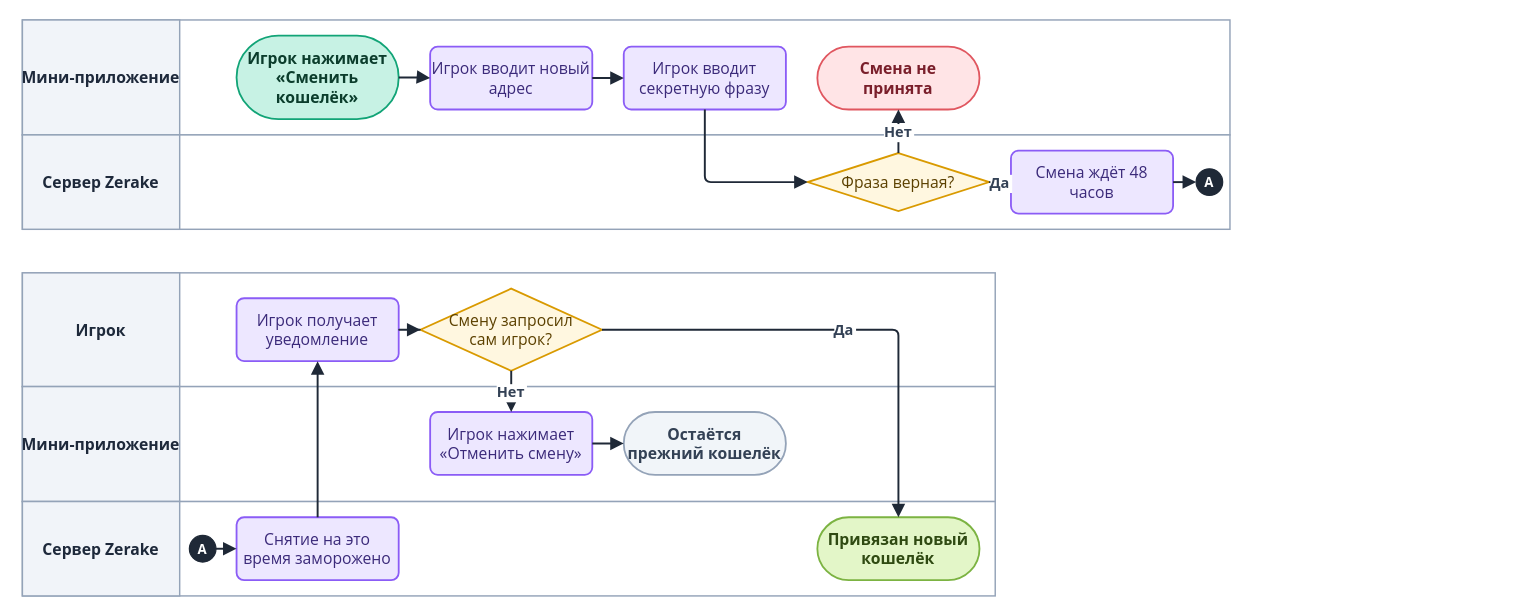
The draw.io diagram diagrams/drawio/recovery.drawio in LILSUFFER/zerake-docs, before the edit. Source tidied: cells renumbered, new cells numbered last; positions are measured from the earlier drawing's top-left corner, leaving out a move shared by most shapes. Both pictures are drawn from the tidied source at 121%, with x=0, y=0 at pixel (22, 19).
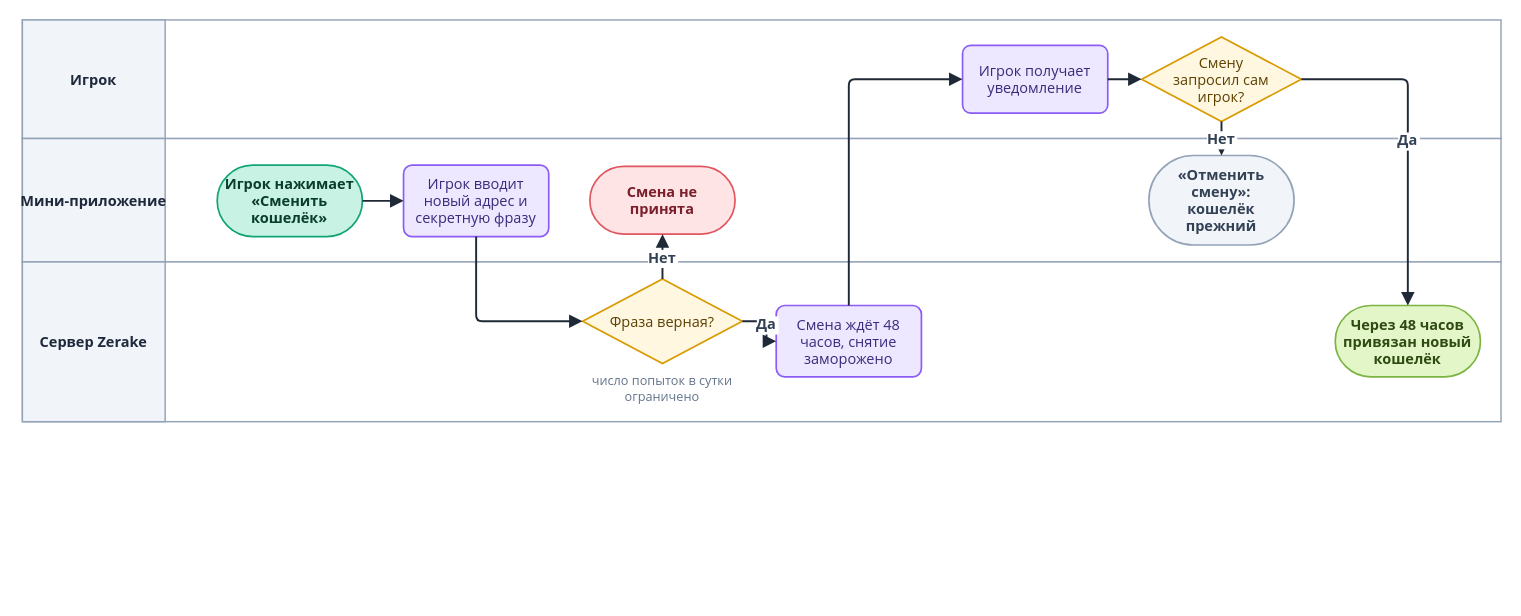
The same page after the edit.

What changed in the source:
```diff
@@
     <mxCell id="2" style="rounded=0;html=0;fillColor=#FFFFFF;strokeColor=#94A3B8;strokeWidth=1.2;" parent="1" vertex="1">
-      <mxGeometry width="998" height="95" as="geometry" />
+      <mxGeometry width="1222" height="98" as="geometry" />
     </mxCell>
-    <mxCell id="3" value="Мини-приложение" style="rounded=0;html=0;fillColor=#F1F4F9;strokeColor=#94A3B8;strokeWidth=1.2;fontColor=#1E293B;fontStyle=1;fontSize=13;fontFamily=Segoe UI;align=center;verticalAlign=middle;" parent="1" vertex="1">
-      <mxGeometry width="130" height="95" as="geometry" />
+    <mxCell id="3" value="Игрок" style="rounded=0;html=0;fillColor=#F1F4F9;strokeColor=#94A3B8;strokeWidth=1.2;fontColor=#1E293B;fontStyle=1;fontSize=12;fontFamily=Segoe UI;align=center;verticalAlign=middle;" parent="1" vertex="1">
+      <mxGeometry width="118" height="98" as="geometry" />
     </mxCell>
     <mxCell id="4" style="rounded=0;html=0;fillColor=#FFFFFF;strokeColor=#94A3B8;strokeWidth=1.2;" parent="1" vertex="1">
-      <mxGeometry y="95" width="998" height="78" as="geometry" />
+      <mxGeometry y="98" width="1222" height="102" as="geometry" />
     </mxCell>
-    <mxCell id="5" value="Сервер Zerake" style="rounded=0;html=0;fillColor=#F1F4F9;strokeColor=#94A3B8;strokeWidth=1.2;fontColor=#1E293B;fontStyle=1;fontSize=13;fontFamily=Segoe UI;align=center;verticalAlign=middle;" parent="1" vertex="1">
-      <mxGeometry y="95" width="130" height="78" as="geometry" />
+    <mxCell id="5" value="Мини-приложение" style="rounded=0;html=0;fillColor=#F1F4F9;strokeColor=#94A3B8;strokeWidth=1.2;fontColor=#1E293B;fontStyle=1;fontSize=12;fontFamily=Segoe UI;align=center;verticalAlign=middle;" parent="1" vertex="1">
+      <mxGeometry y="98" width="118" height="102" as="geometry" />
     </mxCell>
-    <mxCell id="6" style="rounded=0;html=0;fillColor=#FFFFFF;strokeColor=#94A3B8;strokeWidth=1.2;" parent="1" vertex="1">
-      <mxGeometry y="209" width="804" height="94" as="geometry" />
-    </mxCell>
-    <mxCell id="7" value="Игрок" style="rounded=0;html=0;fillColor=#F1F4F9;strokeColor=#94A3B8;strokeWidth=1.2;fontColor=#1E293B;fontStyle=1;fontSize=13;fontFamily=Segoe UI;align=center;verticalAlign=middle;" parent="1" vertex="1">
-      <mxGeometry y="209" width="130" height="94" as="geometry" />
-    </mxCell>
-    <mxCell id="8" style="rounded=0;html=0;fillColor=#FFFFFF;strokeColor=#94A3B8;strokeWidth=1.2;" parent="1" vertex="1">
-      <mxGeometry y="303" width="804" height="95" as="geometry" />
-    </mxCell>
-    <mxCell id="9" value="Мини-приложение" style="rounded=0;html=0;fillColor=#F1F4F9;strokeColor=#94A3B8;strokeWidth=1.2;fontColor=#1E293B;fontStyle=1;fontSize=13;fontFamily=Segoe UI;align=center;verticalAlign=middle;" parent="1" vertex="1">
-      <mxGeometry y="303" width="130" height="95" as="geometry" />
-    </mxCell>
-    <mxCell id="10" style="rounded=0;html=0;fillColor=#FFFFFF;strokeColor=#94A3B8;strokeWidth=1.2;" parent="1" vertex="1">
-      <mxGeometry y="398" width="804" height="78" as="geometry" />
-    </mxCell>
+    <mxCell id="38" style="rounded=0;html=0;fillColor=#FFFFFF;strokeColor=#94A3B8;strokeWidth=1.2;" parent="1" vertex="1">
+      <mxGeometry y="200" width="1222" height="132" as="geometry" />
+    </mxCell>
-    <mxCell id="11" value="Сервер Zerake" style="rounded=0;html=0;fillColor=#F1F4F9;strokeColor=#94A3B8;strokeWidth=1.2;fontColor=#1E293B;fontStyle=1;fontSize=13;fontFamily=Segoe UI;align=center;verticalAlign=middle;" parent="1" vertex="1">
-      <mxGeometry y="398" width="130" height="78" as="geometry" />
+    <mxCell id="11" value="Сервер Zerake" style="rounded=0;html=0;fillColor=#F1F4F9;strokeColor=#94A3B8;strokeWidth=1.2;fontColor=#1E293B;fontStyle=1;fontSize=12;fontFamily=Segoe UI;align=center;verticalAlign=middle;" parent="1" vertex="1">
+      <mxGeometry y="200" width="118" height="132" as="geometry" />
     </mxCell>
-    <mxCell id="12" value="Игрок нажимает&#10;«Сменить&#10;кошелёк»" style="rounded=1;arcSize=50;html=0;fontStyle=1;fillColor=#C7F2E4;strokeColor=#12A477;fontColor=#0B3D2C;fontFamily=Segoe UI;fontSize=13;strokeWidth=1.5;" parent="1" vertex="1">
-      <mxGeometry x="177" y="13" width="134" height="69" as="geometry" />
+    <mxCell id="12" value="Игрок нажимает&#10;«Сменить&#10;кошелёк»" style="rounded=1;arcSize=50;html=0;fontStyle=1;fillColor=#C7F2E4;strokeColor=#12A477;fontColor=#0B3D2C;fontFamily=Segoe UI;fontSize=12;strokeWidth=1.4;" parent="1" vertex="1">
+      <mxGeometry x="161" y="120" width="120" height="59" as="geometry" />
     </mxCell>
-    <mxCell id="13" value="Игрок вводит новый&#10;адрес" style="rounded=1;arcSize=12;html=0;fillColor=#EDE7FF;strokeColor=#8B5CF6;fontColor=#3B2A7A;fontFamily=Segoe UI;fontSize=13;strokeWidth=1.5;" parent="1" vertex="1">
-      <mxGeometry x="337" y="22" width="134" height="52" as="geometry" />
-    </mxCell>
-    <mxCell id="14" value="Игрок вводит&#10;секретную фразу" style="rounded=1;arcSize=12;html=0;fillColor=#EDE7FF;strokeColor=#8B5CF6;fontColor=#3B2A7A;fontFamily=Segoe UI;fontSize=13;strokeWidth=1.5;" parent="1" vertex="1">
-      <mxGeometry x="497" y="22" width="134" height="52" as="geometry" />
-    </mxCell>
+    <mxCell id="39" value="Игрок вводит&#10;новый адрес и&#10;секретную фразу" style="rounded=1;arcSize=12;html=0;fillColor=#EDE7FF;strokeColor=#8B5CF6;fontColor=#3B2A7A;fontFamily=Segoe UI;fontSize=12;strokeWidth=1.4;" parent="1" vertex="1">
+      <mxGeometry x="315" y="120" width="120" height="59" as="geometry" />
+    </mxCell>
+    <mxCell id="40" value="число попыток в сутки&#10;ограничено" style="text;html=0;align=center;verticalAlign=top;fontFamily=Segoe UI;fontSize=10.5;fontColor=#64748B;" parent="1" vertex="1">
+      <mxGeometry x="443" y="286" width="172" height="34" as="geometry" />
+    </mxCell>
-    <mxCell id="15" value="Фраза верная?" style="rhombus;html=0;fillColor=#FFF7E0;strokeColor=#D99A00;fontColor=#5C4100;fontFamily=Segoe UI;fontSize=13;strokeWidth=1.5;" parent="1" vertex="1">
-      <mxGeometry x="649" y="110" width="150" height="48" as="geometry" />
+    <mxCell id="15" value="Фраза верная?" style="rhombus;html=0;fillColor=#FFF7E0;strokeColor=#D99A00;fontColor=#5C4100;fontFamily=Segoe UI;fontSize=12;strokeWidth=1.4;" parent="1" vertex="1">
+      <mxGeometry x="463" y="214" width="132" height="70" as="geometry" />
     </mxCell>
-    <mxCell id="16" value="Смена не&#10;принята" style="rounded=1;arcSize=50;html=0;fontStyle=1;fillColor=#FFE4E6;strokeColor=#E0565F;fontColor=#7A1F2B;fontFamily=Segoe UI;fontSize=13;strokeWidth=1.5;" parent="1" vertex="1">
-      <mxGeometry x="657" y="22" width="134" height="52" as="geometry" />
+    <mxCell id="16" value="Смена не&#10;принята" style="rounded=1;arcSize=50;html=0;fontStyle=1;fillColor=#FFE4E6;strokeColor=#E0565F;fontColor=#7A1F2B;fontFamily=Segoe UI;fontSize=12;strokeWidth=1.4;" parent="1" vertex="1">
+      <mxGeometry x="469" y="121" width="120" height="56" as="geometry" />
     </mxCell>
-    <mxCell id="17" value="Смена ждёт 48&#10;часов" style="rounded=1;arcSize=12;html=0;fillColor=#EDE7FF;strokeColor=#8B5CF6;fontColor=#3B2A7A;fontFamily=Segoe UI;fontSize=13;strokeWidth=1.5;" parent="1" vertex="1">
-      <mxGeometry x="817" y="108" width="134" height="52" as="geometry" />
+    <mxCell id="17" value="Смена ждёт 48&#10;часов, снятие&#10;заморожено" style="rounded=1;arcSize=12;html=0;fillColor=#EDE7FF;strokeColor=#8B5CF6;fontColor=#3B2A7A;fontFamily=Segoe UI;fontSize=12;strokeWidth=1.4;" parent="1" vertex="1">
+      <mxGeometry x="623" y="236" width="120" height="59" as="geometry" />
     </mxCell>
-    <mxCell id="18" value="Снятие на это&#10;время заморожено" style="rounded=1;arcSize=12;html=0;fillColor=#EDE7FF;strokeColor=#8B5CF6;fontColor=#3B2A7A;fontFamily=Segoe UI;fontSize=13;strokeWidth=1.5;" parent="1" vertex="1">
-      <mxGeometry x="177" y="411" width="134" height="52" as="geometry" />
-    </mxCell>
-    <mxCell id="19" value="Игрок получает&#10;уведомление" style="rounded=1;arcSize=12;html=0;fillColor=#EDE7FF;strokeColor=#8B5CF6;fontColor=#3B2A7A;fontFamily=Segoe UI;fontSize=13;strokeWidth=1.5;" parent="1" vertex="1">
-      <mxGeometry x="177" y="230" width="134" height="52" as="geometry" />
+    <mxCell id="19" value="Игрок получает&#10;уведомление" style="rounded=1;arcSize=12;html=0;fillColor=#EDE7FF;strokeColor=#8B5CF6;fontColor=#3B2A7A;fontFamily=Segoe UI;fontSize=12;strokeWidth=1.4;" parent="1" vertex="1">
+      <mxGeometry x="777" y="21" width="120" height="56" as="geometry" />
     </mxCell>
-    <mxCell id="20" value="Смену запросил&#10;сам игрок?" style="rhombus;html=0;fillColor=#FFF7E0;strokeColor=#D99A00;fontColor=#5C4100;fontFamily=Segoe UI;fontSize=13;strokeWidth=1.5;" parent="1" vertex="1">
-      <mxGeometry x="329" y="222" width="150" height="68" as="geometry" />
+    <mxCell id="20" value="Смену&#10;запросил сам&#10;игрок?" style="rhombus;html=0;fillColor=#FFF7E0;strokeColor=#D99A00;fontColor=#5C4100;fontFamily=Segoe UI;fontSize=12;strokeWidth=1.4;" parent="1" vertex="1">
+      <mxGeometry x="925" y="14" width="132" height="70" as="geometry" />
     </mxCell>
-    <mxCell id="21" value="Игрок нажимает&#10;«Отменить смену»" style="rounded=1;arcSize=12;html=0;fillColor=#EDE7FF;strokeColor=#8B5CF6;fontColor=#3B2A7A;fontFamily=Segoe UI;fontSize=13;strokeWidth=1.5;" parent="1" vertex="1">
-      <mxGeometry x="337" y="324" width="134" height="52" as="geometry" />
+    <mxCell id="21" value="«Отменить&#10;смену»:&#10;кошелёк&#10;прежний" style="rounded=1;arcSize=50;html=0;fontStyle=1;fillColor=#F1F5F9;strokeColor=#94A3B8;fontColor=#334155;fontFamily=Segoe UI;fontSize=12;strokeWidth=1.4;" parent="1" vertex="1">
+      <mxGeometry x="931" y="112" width="120" height="74" as="geometry" />
     </mxCell>
-    <mxCell id="22" value="Остаётся&#10;прежний кошелёк" style="rounded=1;arcSize=50;html=0;fontStyle=1;fillColor=#F1F5F9;strokeColor=#94A3B8;fontColor=#334155;fontFamily=Segoe UI;fontSize=13;strokeWidth=1.5;" parent="1" vertex="1">
-      <mxGeometry x="497" y="324" width="134" height="52" as="geometry" />
-    </mxCell>
-    <mxCell id="23" value="Привязан новый&#10;кошелёк" style="rounded=1;arcSize=50;html=0;fontStyle=1;fillColor=#E3F6C8;strokeColor=#7CB342;fontColor=#2F4A12;fontFamily=Segoe UI;fontSize=13;strokeWidth=1.5;" parent="1" vertex="1">
-      <mxGeometry x="657" y="411" width="134" height="52" as="geometry" />
+    <mxCell id="23" value="Через 48 часов&#10;привязан новый&#10;кошелёк" style="rounded=1;arcSize=50;html=0;fontStyle=1;fillColor=#E3F6C8;strokeColor=#7CB342;fontColor=#2F4A12;fontFamily=Segoe UI;fontSize=12;strokeWidth=1.4;" parent="1" vertex="1">
+      <mxGeometry x="1085" y="236" width="120" height="59" as="geometry" />
     </mxCell>
-    <mxCell id="24" style="edgeStyle=orthogonalEdgeStyle;rounded=1;arcSize=10;jettySize=auto;html=0;strokeColor=#1F2937;strokeWidth=1.6;endArrow=block;endFill=1;endSize=7;fontFamily=Segoe UI;fontSize=12;fontStyle=1;fontColor=#334155;labelBackgroundColor=#FFFFFF;" parent="1" edge="1" source="12" target="13">
+    <mxCell id="24" style="edgeStyle=orthogonalEdgeStyle;rounded=1;arcSize=10;jettySize=auto;html=0;strokeColor=#1F2937;strokeWidth=1.6;endArrow=block;endFill=1;endSize=7;fontFamily=Segoe UI;fontSize=12;fontStyle=1;fontColor=#334155;labelBackgroundColor=#FFFFFF;" parent="1" edge="1" source="12" target="39">
       <mxGeometry relative="1" as="geometry" />
     </mxCell>
-    <mxCell id="25" style="edgeStyle=orthogonalEdgeStyle;rounded=1;arcSize=10;jettySize=auto;html=0;strokeColor=#1F2937;strokeWidth=1.6;endArrow=block;endFill=1;endSize=7;fontFamily=Segoe UI;fontSize=12;fontStyle=1;fontColor=#334155;labelBackgroundColor=#FFFFFF;" parent="1" edge="1" source="13" target="14">
+    <mxCell id="25" style="edgeStyle=orthogonalEdgeStyle;rounded=1;arcSize=10;jettySize=auto;html=0;strokeColor=#1F2937;strokeWidth=1.6;endArrow=block;endFill=1;endSize=7;fontFamily=Segoe UI;fontSize=12;fontStyle=1;fontColor=#334155;labelBackgroundColor=#FFFFFF;exitX=0.5;exitY=1;entryX=0;entryY=0.5;" parent="1" edge="1" source="39" target="15">
       <mxGeometry relative="1" as="geometry" />
     </mxCell>
-    <mxCell id="26" style="edgeStyle=orthogonalEdgeStyle;rounded=1;arcSize=10;jettySize=auto;html=0;strokeColor=#1F2937;strokeWidth=1.6;endArrow=block;endFill=1;endSize=7;fontFamily=Segoe UI;fontSize=12;fontStyle=1;fontColor=#334155;labelBackgroundColor=#FFFFFF;exitX=0.5;exitY=1;entryX=0;entryY=0.5;" parent="1" edge="1" source="14" target="15">
+    <mxCell id="26" value="Нет" style="edgeStyle=orthogonalEdgeStyle;rounded=1;arcSize=10;jettySize=auto;html=0;strokeColor=#1F2937;strokeWidth=1.6;endArrow=block;endFill=1;endSize=7;fontFamily=Segoe UI;fontSize=12;fontStyle=1;fontColor=#334155;labelBackgroundColor=#FFFFFF;" parent="1" edge="1" source="15" target="16">
       <mxGeometry relative="1" as="geometry" />
     </mxCell>
-    <mxCell id="27" value="Нет" style="edgeStyle=orthogonalEdgeStyle;rounded=1;arcSize=10;jettySize=auto;html=0;strokeColor=#1F2937;strokeWidth=1.6;endArrow=block;endFill=1;endSize=7;fontFamily=Segoe UI;fontSize=12;fontStyle=1;fontColor=#334155;labelBackgroundColor=#FFFFFF;" parent="1" edge="1" source="15" target="16">
+    <mxCell id="27" value="Да" style="edgeStyle=orthogonalEdgeStyle;rounded=1;arcSize=10;jettySize=auto;html=0;strokeColor=#1F2937;strokeWidth=1.6;endArrow=block;endFill=1;endSize=7;fontFamily=Segoe UI;fontSize=12;fontStyle=1;fontColor=#334155;labelBackgroundColor=#FFFFFF;" parent="1" edge="1" source="15" target="17">
       <mxGeometry relative="1" as="geometry" />
     </mxCell>
-    <mxCell id="28" value="Да" style="edgeStyle=orthogonalEdgeStyle;rounded=1;arcSize=10;jettySize=auto;html=0;strokeColor=#1F2937;strokeWidth=1.6;endArrow=block;endFill=1;endSize=7;fontFamily=Segoe UI;fontSize=12;fontStyle=1;fontColor=#334155;labelBackgroundColor=#FFFFFF;" parent="1" edge="1" source="15" target="17">
+    <mxCell id="28" style="edgeStyle=orthogonalEdgeStyle;rounded=1;arcSize=10;jettySize=auto;html=0;strokeColor=#1F2937;strokeWidth=1.6;endArrow=block;endFill=1;endSize=7;fontFamily=Segoe UI;fontSize=12;fontStyle=1;fontColor=#334155;labelBackgroundColor=#FFFFFF;exitX=0.5;exitY=0;entryX=0;entryY=0.5;" parent="1" edge="1" source="17" target="19">
       <mxGeometry relative="1" as="geometry" />
     </mxCell>
-    <mxCell id="29" value="A" style="ellipse;html=0;fillColor=#1F2937;strokeColor=#1F2937;fontColor=#FFFFFF;fontStyle=1;fontSize=11;fontFamily=Segoe UI;" parent="1" vertex="1">
-      <mxGeometry x="970" y="123" width="22" height="22" as="geometry" />
-    </mxCell>
-    <mxCell id="30" value="A" style="ellipse;html=0;fillColor=#1F2937;strokeColor=#1F2937;fontColor=#FFFFFF;fontStyle=1;fontSize=11;fontFamily=Segoe UI;" parent="1" vertex="1">
-      <mxGeometry x="138" y="426" width="22" height="22" as="geometry" />
-    </mxCell>
-    <mxCell id="31" style="edgeStyle=orthogonalEdgeStyle;rounded=1;arcSize=10;jettySize=auto;html=0;strokeColor=#1F2937;strokeWidth=1.6;endArrow=block;endFill=1;endSize=7;fontFamily=Segoe UI;fontSize=12;fontStyle=1;fontColor=#334155;labelBackgroundColor=#FFFFFF;exitX=1;exitY=0.5;entryX=0;entryY=0.5;" parent="1" edge="1" source="17" target="29">
+    <mxCell id="31" style="edgeStyle=orthogonalEdgeStyle;rounded=1;arcSize=10;jettySize=auto;html=0;strokeColor=#1F2937;strokeWidth=1.6;endArrow=block;endFill=1;endSize=7;fontFamily=Segoe UI;fontSize=12;fontStyle=1;fontColor=#334155;labelBackgroundColor=#FFFFFF;" parent="1" edge="1" source="19" target="20">
       <mxGeometry relative="1" as="geometry" />
     </mxCell>
-    <mxCell id="32" style="edgeStyle=orthogonalEdgeStyle;rounded=1;arcSize=10;jettySize=auto;html=0;strokeColor=#1F2937;strokeWidth=1.6;endArrow=block;endFill=1;endSize=7;fontFamily=Segoe UI;fontSize=12;fontStyle=1;fontColor=#334155;labelBackgroundColor=#FFFFFF;exitX=1;exitY=0.5;entryX=0;entryY=0.5;" parent="1" edge="1" source="30" target="18">
-      <mxGeometry relative="1" as="geometry" />
-    </mxCell>
-    <mxCell id="33" style="edgeStyle=orthogonalEdgeStyle;rounded=1;arcSize=10;jettySize=auto;html=0;strokeColor=#1F2937;strokeWidth=1.6;endArrow=block;endFill=1;endSize=7;fontFamily=Segoe UI;fontSize=12;fontStyle=1;fontColor=#334155;labelBackgroundColor=#FFFFFF;" parent="1" edge="1" source="18" target="19">
+    <mxCell id="33" value="Нет" style="edgeStyle=orthogonalEdgeStyle;rounded=1;arcSize=10;jettySize=auto;html=0;strokeColor=#1F2937;strokeWidth=1.6;endArrow=block;endFill=1;endSize=7;fontFamily=Segoe UI;fontSize=12;fontStyle=1;fontColor=#334155;labelBackgroundColor=#FFFFFF;" parent="1" edge="1" source="20" target="21">
       <mxGeometry relative="1" as="geometry" />
     </mxCell>
-    <mxCell id="34" style="edgeStyle=orthogonalEdgeStyle;rounded=1;arcSize=10;jettySize=auto;html=0;strokeColor=#1F2937;strokeWidth=1.6;endArrow=block;endFill=1;endSize=7;fontFamily=Segoe UI;fontSize=12;fontStyle=1;fontColor=#334155;labelBackgroundColor=#FFFFFF;" parent="1" edge="1" source="19" target="20">
+    <mxCell id="34" value="Да" style="edgeStyle=orthogonalEdgeStyle;rounded=1;arcSize=10;jettySize=auto;html=0;strokeColor=#1F2937;strokeWidth=1.6;endArrow=block;endFill=1;endSize=7;fontFamily=Segoe UI;fontSize=12;fontStyle=1;fontColor=#334155;labelBackgroundColor=#FFFFFF;exitX=1;exitY=0.5;entryX=0.5;entryY=0;" parent="1" edge="1" source="20" target="23">
       <mxGeometry relative="1" as="geometry" />
     </mxCell>
-    <mxCell id="35" value="Нет" style="edgeStyle=orthogonalEdgeStyle;rounded=1;arcSize=10;jettySize=auto;html=0;strokeColor=#1F2937;strokeWidth=1.6;endArrow=block;endFill=1;endSize=7;fontFamily=Segoe UI;fontSize=12;fontStyle=1;fontColor=#334155;labelBackgroundColor=#FFFFFF;" parent="1" edge="1" source="20" target="21">
-      <mxGeometry relative="1" as="geometry" />
-    </mxCell>
-    <mxCell id="36" style="edgeStyle=orthogonalEdgeStyle;rounded=1;arcSize=10;jettySize=auto;html=0;strokeColor=#1F2937;strokeWidth=1.6;endArrow=block;endFill=1;endSize=7;fontFamily=Segoe UI;fontSize=12;fontStyle=1;fontColor=#334155;labelBackgroundColor=#FFFFFF;" parent="1" edge="1" source="21" target="22">
-      <mxGeometry relative="1" as="geometry" />
-    </mxCell>
-    <mxCell id="37" value="Да" style="edgeStyle=orthogonalEdgeStyle;rounded=1;arcSize=10;jettySize=auto;html=0;strokeColor=#1F2937;strokeWidth=1.6;endArrow=block;endFill=1;endSize=7;fontFamily=Segoe UI;fontSize=12;fontStyle=1;fontColor=#334155;labelBackgroundColor=#FFFFFF;exitX=1;exitY=0.5;entryX=0.5;entryY=0;" parent="1" edge="1" source="20" target="23">
-      <mxGeometry relative="1" as="geometry" />
-    </mxCell>
```
